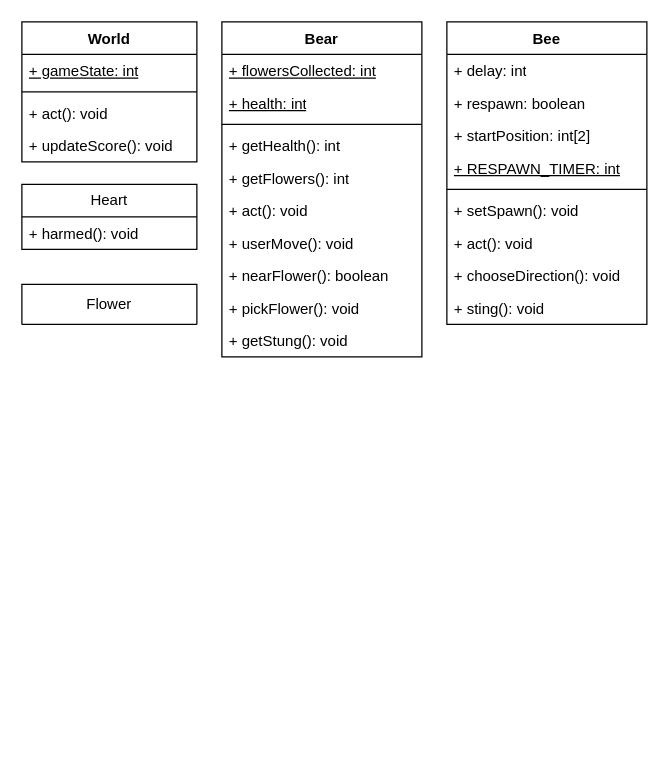
Before: Bear-Quet UML.drawio in SFens4984/CSC170, a draw.io diagram. Source tidied: cells renumbered, new cells numbered last; positions are measured from the earlier drawing's top-left corner, leaving out a move shared by most shapes. Both pictures are drawn from the tidied source at 125%, with x=0, y=0 at pixel (21, 21).
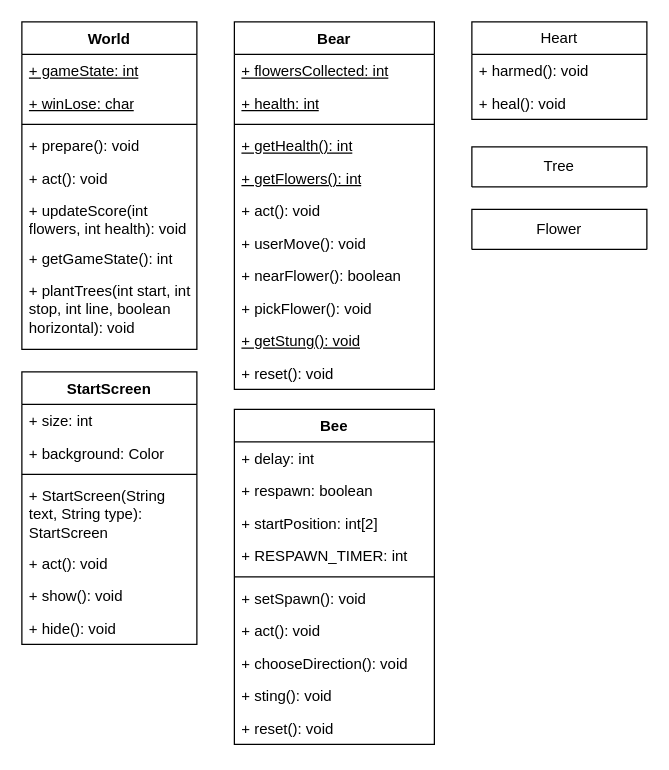
The same diagram, later.

The edit, as a diff of the source:
```diff
@@
     <mxCell id="2" value="Flower" style="swimlane;fontStyle=0;horizontal=1;startSize=52;fillColor=none;whiteSpace=wrap;html=1;" parent="1" vertex="1">
-      <mxGeometry y="210" width="140" height="32" as="geometry" />
+      <mxGeometry x="360" y="150" width="140" height="32" as="geometry" />
     </mxCell>
     <mxCell id="3" value="Heart" style="swimlane;fontStyle=0;horizontal=1;startSize=26;fillColor=none;whiteSpace=wrap;html=1;" parent="1" vertex="1">
-      <mxGeometry y="130" width="140" height="52" as="geometry" />
+      <mxGeometry x="360" width="140" height="78" as="geometry" />
     </mxCell>
@@
+    <mxCell id="31" value="+ heal(): void" style="text;strokeColor=none;fillColor=none;align=left;verticalAlign=top;spacingLeft=4;spacingRight=4;overflow=hidden;whiteSpace=wrap;html=1;" parent="3" vertex="1">
+      <mxGeometry y="52" width="140" height="26" as="geometry" />
+    </mxCell>
     <mxCell id="5" value="Bear" style="swimlane;fontStyle=1;align=center;verticalAlign=top;horizontal=1;startSize=26;whiteSpace=wrap;html=1;" parent="1" vertex="1">
-      <mxGeometry x="160" width="160" height="268" as="geometry" />
+      <mxGeometry x="170" width="160" height="294" as="geometry" />
     </mxCell>
@@
-    <mxCell id="9" value="+ getHealth(): int" style="text;strokeColor=none;fillColor=none;align=left;verticalAlign=top;spacingLeft=4;spacingRight=4;overflow=hidden;whiteSpace=wrap;html=1;" parent="5" vertex="1">
+    <mxCell id="9" value="&lt;u&gt;+ getHealth(): int&lt;/u&gt;" style="text;strokeColor=none;fillColor=none;align=left;verticalAlign=top;spacingLeft=4;spacingRight=4;overflow=hidden;whiteSpace=wrap;html=1;" parent="5" vertex="1">
       <mxGeometry y="86" width="160" height="26" as="geometry" />
     </mxCell>
-    <mxCell id="10" value="+ getFlowers(): int" style="text;strokeColor=none;fillColor=none;align=left;verticalAlign=top;spacingLeft=4;spacingRight=4;overflow=hidden;whiteSpace=wrap;html=1;" parent="5" vertex="1">
+    <mxCell id="10" value="&lt;u&gt;+ getFlowers(): int&lt;/u&gt;" style="text;strokeColor=none;fillColor=none;align=left;verticalAlign=top;spacingLeft=4;spacingRight=4;overflow=hidden;whiteSpace=wrap;html=1;" parent="5" vertex="1">
       <mxGeometry y="112" width="160" height="26" as="geometry" />
     </mxCell>
@@
-    <mxCell id="15" value="+ getStung(): void" style="text;strokeColor=none;fillColor=none;align=left;verticalAlign=top;spacingLeft=4;spacingRight=4;overflow=hidden;whiteSpace=wrap;html=1;" parent="5" vertex="1">
+    <mxCell id="15" value="&lt;u&gt;+ getStung(): void&lt;/u&gt;" style="text;strokeColor=none;fillColor=none;align=left;verticalAlign=top;spacingLeft=4;spacingRight=4;overflow=hidden;whiteSpace=wrap;html=1;" parent="5" vertex="1">
       <mxGeometry y="242" width="160" height="26" as="geometry" />
     </mxCell>
+    <mxCell id="32" value="+ reset(): void" style="text;strokeColor=none;fillColor=none;align=left;verticalAlign=top;spacingLeft=4;spacingRight=4;overflow=hidden;whiteSpace=wrap;html=1;" parent="5" vertex="1">
+      <mxGeometry y="268" width="160" height="26" as="geometry" />
+    </mxCell>
     <mxCell id="16" value="Bee" style="swimlane;fontStyle=1;align=center;verticalAlign=top;horizontal=1;startSize=26;whiteSpace=wrap;html=1;" parent="1" vertex="1">
-      <mxGeometry x="340" width="160" height="242" as="geometry" />
+      <mxGeometry x="170" y="310" width="160" height="268" as="geometry" />
     </mxCell>
@@
-    <mxCell id="20" value="&lt;u&gt;+ RESPAWN_TIMER: int&lt;/u&gt;" style="text;strokeColor=none;fillColor=none;align=left;verticalAlign=top;spacingLeft=4;spacingRight=4;overflow=hidden;whiteSpace=wrap;html=1;" parent="16" vertex="1">
+    <mxCell id="20" value="+ RESPAWN_TIMER: int" style="text;strokeColor=none;fillColor=none;align=left;verticalAlign=top;spacingLeft=4;spacingRight=4;overflow=hidden;whiteSpace=wrap;html=1;" parent="16" vertex="1">
       <mxGeometry y="104" width="160" height="26" as="geometry" />
     </mxCell>
@@
+    <mxCell id="33" value="+ reset(): void" style="text;strokeColor=none;fillColor=none;align=left;verticalAlign=top;spacingLeft=4;spacingRight=4;overflow=hidden;whiteSpace=wrap;html=1;" parent="16" vertex="1">
+      <mxGeometry y="242" width="160" height="26" as="geometry" />
+    </mxCell>
     <mxCell id="26" value="World" style="swimlane;fontStyle=1;align=center;verticalAlign=top;horizontal=1;startSize=26;whiteSpace=wrap;html=1;" parent="1" vertex="1">
-      <mxGeometry width="140" height="112" as="geometry" />
+      <mxGeometry width="140" height="262" as="geometry" />
     </mxCell>
@@
+    <mxCell id="34" value="&lt;u&gt;+ winLose: char&lt;/u&gt;" style="text;strokeColor=none;fillColor=none;align=left;verticalAlign=top;spacingLeft=4;spacingRight=4;overflow=hidden;whiteSpace=wrap;html=1;" parent="26" vertex="1">
+      <mxGeometry y="52" width="140" height="26" as="geometry" />
+    </mxCell>
     <mxCell id="28" style="line;strokeWidth=1;fillColor=none;align=left;verticalAlign=middle;spacingTop=-1;spacingLeft=3;spacingRight=3;labelPosition=right;strokeColor=inherit;" parent="26" vertex="1">
-      <mxGeometry y="52" width="140" height="8" as="geometry" />
+      <mxGeometry y="78" width="140" height="8" as="geometry" />
     </mxCell>
+    <mxCell id="35" value="+ prepare(): void" style="text;strokeColor=none;fillColor=none;align=left;verticalAlign=top;spacingLeft=4;spacingRight=4;overflow=hidden;whiteSpace=wrap;html=1;" parent="26" vertex="1">
+      <mxGeometry y="86" width="140" height="26" as="geometry" />
+    </mxCell>
     <mxCell id="29" value="+ act(): void" style="text;strokeColor=none;fillColor=none;align=left;verticalAlign=top;spacingLeft=4;spacingRight=4;overflow=hidden;whiteSpace=wrap;html=1;" parent="26" vertex="1">
-      <mxGeometry y="60" width="140" height="26" as="geometry" />
+      <mxGeometry y="112" width="140" height="26" as="geometry" />
     </mxCell>
-    <mxCell id="30" value="+ updateScore(): void" style="text;strokeColor=none;fillColor=none;align=left;verticalAlign=top;spacingLeft=4;spacingRight=4;overflow=hidden;whiteSpace=wrap;html=1;" parent="26" vertex="1">
-      <mxGeometry y="86" width="140" height="26" as="geometry" />
+    <mxCell id="30" value="+ updateScore(int flowers, int health): void" style="text;strokeColor=none;fillColor=none;align=left;verticalAlign=top;spacingLeft=4;spacingRight=4;overflow=hidden;whiteSpace=wrap;html=1;" parent="26" vertex="1">
+      <mxGeometry y="138" width="140" height="38" as="geometry" />
     </mxCell>
+    <mxCell id="36" value="+ getGameState(): int" style="text;strokeColor=none;fillColor=none;align=left;verticalAlign=top;spacingLeft=4;spacingRight=4;overflow=hidden;whiteSpace=wrap;html=1;" parent="26" vertex="1">
+      <mxGeometry y="176" width="140" height="26" as="geometry" />
+    </mxCell>
+    <mxCell id="37" value="+ plantTrees(int start, int stop, int line, boolean horizontal): void" style="text;strokeColor=none;fillColor=none;align=left;verticalAlign=top;spacingLeft=4;spacingRight=4;overflow=hidden;whiteSpace=wrap;html=1;" parent="26" vertex="1">
+      <mxGeometry y="202" width="140" height="60" as="geometry" />
+    </mxCell>
+    <mxCell id="38" value="Tree" style="swimlane;fontStyle=0;horizontal=1;startSize=52;fillColor=none;whiteSpace=wrap;html=1;" parent="1" vertex="1">
+      <mxGeometry x="360" y="100" width="140" height="32" as="geometry" />
+    </mxCell>
+    <mxCell id="39" value="StartScreen" style="swimlane;fontStyle=1;align=center;verticalAlign=top;horizontal=1;startSize=26;whiteSpace=wrap;html=1;" parent="1" vertex="1">
+      <mxGeometry y="280" width="140" height="218" as="geometry" />
+    </mxCell>
+    <mxCell id="40" value="+ size: int" style="text;strokeColor=none;fillColor=none;align=left;verticalAlign=top;spacingLeft=4;spacingRight=4;overflow=hidden;whiteSpace=wrap;html=1;" parent="39" vertex="1">
+      <mxGeometry y="26" width="140" height="26" as="geometry" />
+    </mxCell>
+    <mxCell id="41" value="+ background: Color" style="text;strokeColor=none;fillColor=none;align=left;verticalAlign=top;spacingLeft=4;spacingRight=4;overflow=hidden;whiteSpace=wrap;html=1;" parent="39" vertex="1">
+      <mxGeometry y="52" width="140" height="26" as="geometry" />
+    </mxCell>
+    <mxCell id="42" style="line;strokeWidth=1;fillColor=none;align=left;verticalAlign=middle;spacingTop=-1;spacingLeft=3;spacingRight=3;labelPosition=right;strokeColor=inherit;" parent="39" vertex="1">
+      <mxGeometry y="78" width="140" height="8" as="geometry" />
+    </mxCell>
+    <mxCell id="43" value="+ StartScreen(String text, String type): StartScreen" style="text;strokeColor=none;fillColor=none;align=left;verticalAlign=top;spacingLeft=4;spacingRight=4;overflow=hidden;whiteSpace=wrap;html=1;" parent="39" vertex="1">
+      <mxGeometry y="86" width="140" height="54" as="geometry" />
+    </mxCell>
+    <mxCell id="44" value="+ act(): void" style="text;strokeColor=none;fillColor=none;align=left;verticalAlign=top;spacingLeft=4;spacingRight=4;overflow=hidden;whiteSpace=wrap;html=1;" parent="39" vertex="1">
+      <mxGeometry y="140" width="140" height="26" as="geometry" />
+    </mxCell>
+    <mxCell id="45" value="+ show(): void" style="text;strokeColor=none;fillColor=none;align=left;verticalAlign=top;spacingLeft=4;spacingRight=4;overflow=hidden;whiteSpace=wrap;html=1;" parent="39" vertex="1">
+      <mxGeometry y="166" width="140" height="26" as="geometry" />
+    </mxCell>
+    <mxCell id="46" value="+ hide(): void" style="text;strokeColor=none;fillColor=none;align=left;verticalAlign=top;spacingLeft=4;spacingRight=4;overflow=hidden;whiteSpace=wrap;html=1;" parent="39" vertex="1">
+      <mxGeometry y="192" width="140" height="26" as="geometry" />
+    </mxCell>
```
